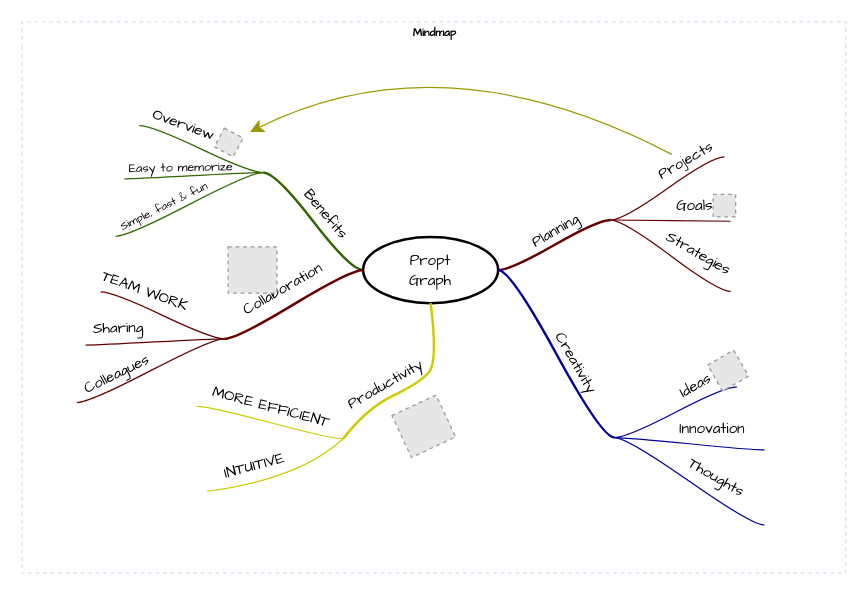
barlennan2bb/barl-devl keeps this draw.io diagram as Untitled Diagram.drawio. Above is the earlier version. Source tidied: cells renumbered, new cells numbered last; positions are measured from the earlier drawing's top-left corner, leaving out a move shared by most shapes. Both pictures are drawn from the tidied source at 125%, with x=0, y=0 at pixel (21, 21). Pictures stored in the file or linked from it are replaced by grey dashed boxes.
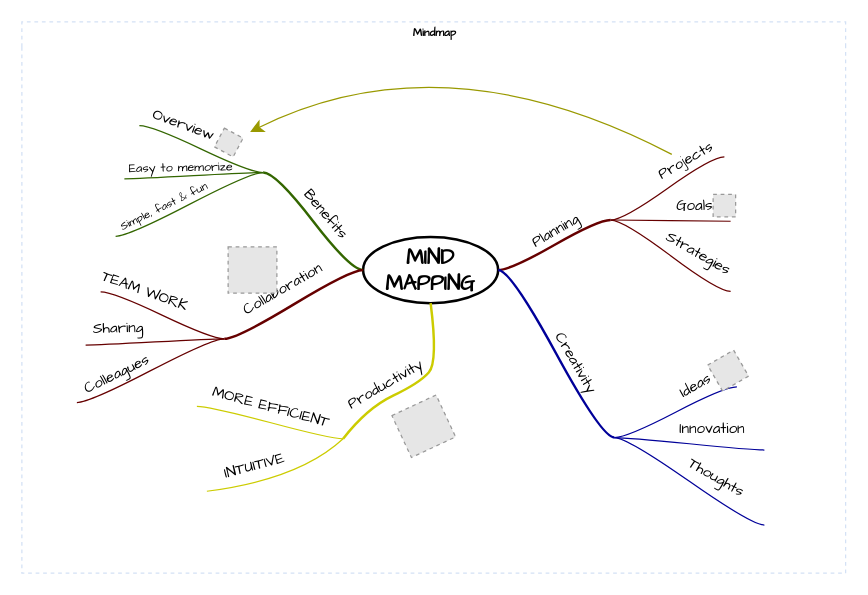
Above is the later version.

The change refers to these unchanged cells:
```xml
<mxCell id="2" value="Mindmap" style="swimlane;html=1;startSize=20;horizontal=1;containerType=tree;labelBackgroundColor=none;strokeColor=#D4E1F5;strokeWidth=1;fillColor=none;fontFamily=Comic Sans MS;fontSize=9;swimlaneLine=0;dashed=1;" parent="1" vertex="1">
  <mxGeometry width="659" height="441" as="geometry" />
</mxCell>
```

Diff of the diagram source:
```diff
@@
-    <mxCell id="3" value="&lt;font face=&quot;Comic Sans MS&quot;&gt;Propt&lt;br&gt;Graph&lt;/font&gt;" style="ellipse;whiteSpace=wrap;html=1;align=center;strokeWidth=2;" parent="2" vertex="1">
+    <mxCell id="3" value="&lt;font face=&quot;Comic Sans MS&quot;&gt;MIND&lt;br&gt;MAPPING&lt;/font&gt;" style="ellipse;whiteSpace=wrap;html=1;align=center;strokeWidth=2;fontStyle=1;fontSize=17;" parent="2" vertex="1">
       <mxGeometry x="273" y="172" width="108" height="53" as="geometry" />
     </mxCell>
```
